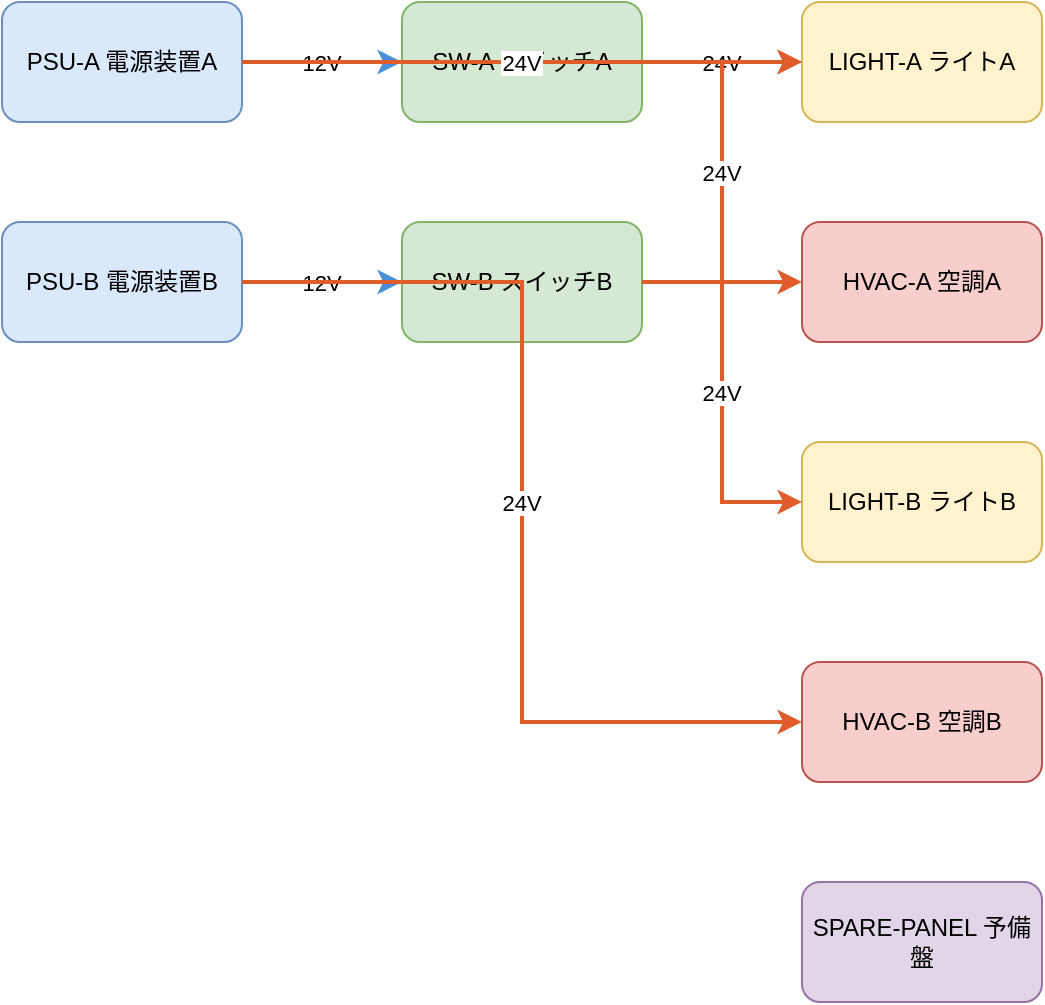
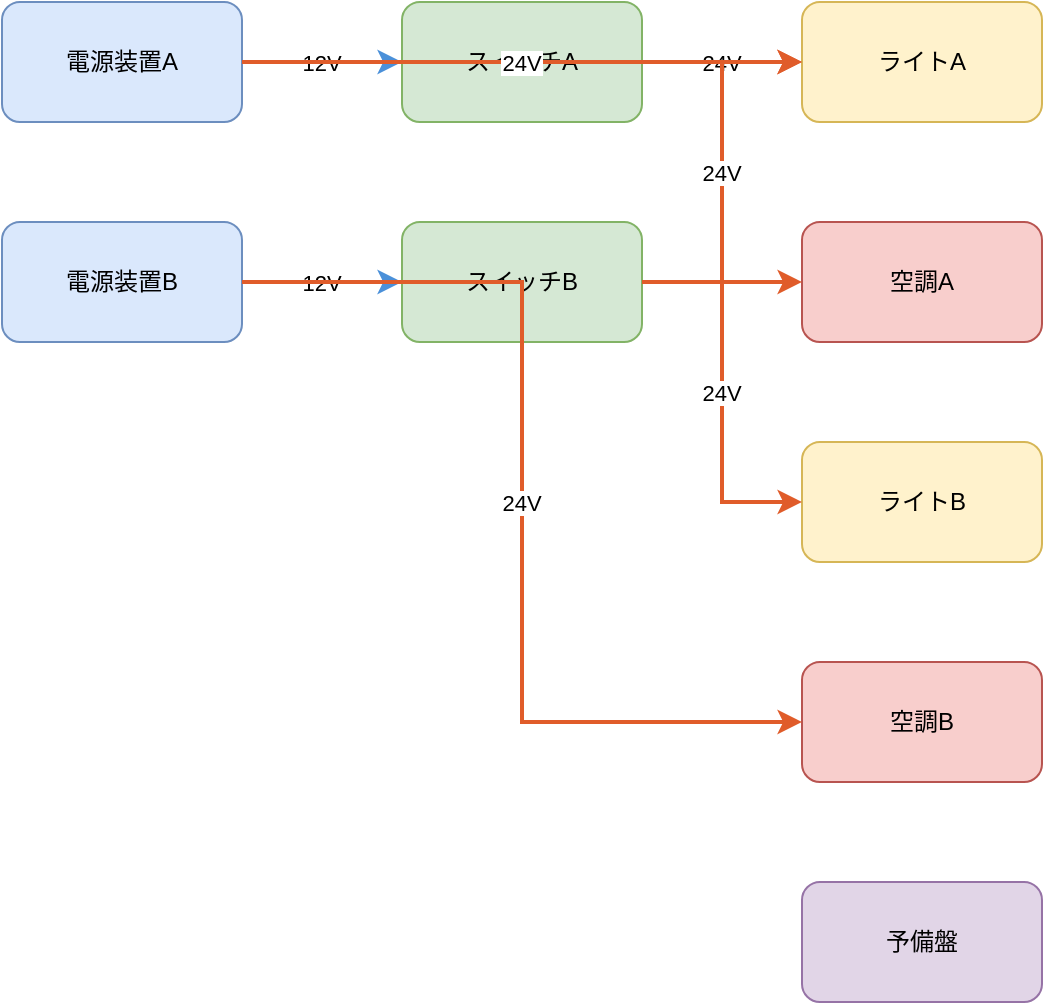
<?xml version="1.0" ?>
<mxGraphModel>
  <root>
    <mxCell id="0"/>
    <mxCell id="1" parent="0"/>
-     <mxCell id="PSU-A" value="PSU-A
- 電源装置A" style="rounded=1;whiteSpace=wrap;html=1;fillColor=#DAE8FC;strokeColor=#6C8EBF;" vertex="1" parent="1" tooltip="type: PowerSupply&amp;#xa;system: A&amp;#xa;voltages: ['12V', '24V']&amp;#xa;capacity: 500W">
-       <mxGeometry x="40" y="40" width="120" height="60" as="geometry"/>
-     </mxCell>
-     <mxCell id="SW-A" value="SW-A
- スイッチA" style="rounded=1;whiteSpace=wrap;html=1;fillColor=#D5E8D4;strokeColor=#82B366;" vertex="1" parent="1" tooltip="type: Switch&amp;#xa;system: A&amp;#xa;voltages: ['12V']&amp;#xa;consumption: 5W">
-       <mxGeometry x="240" y="40" width="120" height="60" as="geometry"/>
-     </mxCell>
-     <mxCell id="LIGHT-A" value="LIGHT-A
- ライトA" style="rounded=1;whiteSpace=wrap;html=1;fillColor=#FFF2CC;strokeColor=#D6B656;" vertex="1" parent="1" tooltip="type: Light&amp;#xa;system: A&amp;#xa;voltages: ['24V']&amp;#xa;consumption: 30W">
-       <mxGeometry x="440" y="40" width="120" height="60" as="geometry"/>
-     </mxCell>
-     <mxCell id="HVAC-A" value="HVAC-A
- 空調A" style="rounded=1;whiteSpace=wrap;html=1;fillColor=#F8CECC;strokeColor=#B85450;" vertex="1" parent="1" tooltip="type: HVAC&amp;#xa;system: A&amp;#xa;voltages: ['24V']&amp;#xa;consumption: 150W">
-       <mxGeometry x="440" y="150" width="120" height="60" as="geometry"/>
-     </mxCell>
-     <mxCell id="PSU-B" value="PSU-B
- 電源装置B" style="rounded=1;whiteSpace=wrap;html=1;fillColor=#DAE8FC;strokeColor=#6C8EBF;" vertex="1" parent="1" tooltip="type: PowerSupply&amp;#xa;system: B&amp;#xa;voltages: ['12V', '24V']&amp;#xa;capacity: 500W">
-       <mxGeometry x="40" y="150" width="120" height="60" as="geometry"/>
-     </mxCell>
-     <mxCell id="SW-B" value="SW-B
- スイッチB" style="rounded=1;whiteSpace=wrap;html=1;fillColor=#D5E8D4;strokeColor=#82B366;" vertex="1" parent="1" tooltip="type: Switch&amp;#xa;system: B&amp;#xa;voltages: ['12V']&amp;#xa;consumption: 5W">
-       <mxGeometry x="240" y="150" width="120" height="60" as="geometry"/>
-     </mxCell>
-     <mxCell id="LIGHT-B" value="LIGHT-B
- ライトB" style="rounded=1;whiteSpace=wrap;html=1;fillColor=#FFF2CC;strokeColor=#D6B656;" vertex="1" parent="1" tooltip="type: Light&amp;#xa;system: B&amp;#xa;voltages: ['24V']&amp;#xa;consumption: 30W">
-       <mxGeometry x="440" y="260" width="120" height="60" as="geometry"/>
-     </mxCell>
-     <mxCell id="HVAC-B" value="HVAC-B
- 空調B" style="rounded=1;whiteSpace=wrap;html=1;fillColor=#F8CECC;strokeColor=#B85450;" vertex="1" parent="1" tooltip="type: HVAC&amp;#xa;system: B&amp;#xa;voltages: ['24V']&amp;#xa;consumption: 150W">
-       <mxGeometry x="440" y="370" width="120" height="60" as="geometry"/>
-     </mxCell>
-     <mxCell id="SPARE-PANEL" value="SPARE-PANEL
- 予備盤" style="rounded=1;whiteSpace=wrap;html=1;fillColor=#E1D5E7;strokeColor=#9673A6;" vertex="1" parent="1" tooltip="type: Panel&amp;#xa;system: spare&amp;#xa;note: relations に未登場">
-       <mxGeometry x="440" y="480" width="120" height="60" as="geometry"/>
-     </mxCell>
+     <object id="PSU-A" label="電源装置A" name="電源装置A" type="PowerSupply" system="A" voltages="[&quot;12V&quot;, &quot;24V&quot;]" capacity="500W">
+       <mxCell style="rounded=1;whiteSpace=wrap;html=1;fillColor=#DAE8FC;strokeColor=#6C8EBF;" vertex="1" parent="1">
+         <mxGeometry x="40" y="40" width="120" height="60" as="geometry"/>
+       </mxCell>
+     </object>
+     <object id="SW-A" label="スイッチA" name="スイッチA" type="Switch" system="A" voltages="[&quot;12V&quot;]" consumption="5W">
+       <mxCell style="rounded=1;whiteSpace=wrap;html=1;fillColor=#D5E8D4;strokeColor=#82B366;" vertex="1" parent="1">
+         <mxGeometry x="240" y="40" width="120" height="60" as="geometry"/>
+       </mxCell>
+     </object>
+     <object id="LIGHT-A" label="ライトA" name="ライトA" type="Light" system="A" voltages="[&quot;24V&quot;]" consumption="30W">
+       <mxCell style="rounded=1;whiteSpace=wrap;html=1;fillColor=#FFF2CC;strokeColor=#D6B656;" vertex="1" parent="1">
+         <mxGeometry x="440" y="40" width="120" height="60" as="geometry"/>
+       </mxCell>
+     </object>
+     <object id="HVAC-A" label="空調A" name="空調A" type="HVAC" system="A" voltages="[&quot;24V&quot;]" consumption="150W">
+       <mxCell style="rounded=1;whiteSpace=wrap;html=1;fillColor=#F8CECC;strokeColor=#B85450;" vertex="1" parent="1">
+         <mxGeometry x="440" y="150" width="120" height="60" as="geometry"/>
+       </mxCell>
+     </object>
+     <object id="PSU-B" label="電源装置B" name="電源装置B" type="PowerSupply" system="B" voltages="[&quot;12V&quot;, &quot;24V&quot;]" capacity="500W">
+       <mxCell style="rounded=1;whiteSpace=wrap;html=1;fillColor=#DAE8FC;strokeColor=#6C8EBF;" vertex="1" parent="1">
+         <mxGeometry x="40" y="150" width="120" height="60" as="geometry"/>
+       </mxCell>
+     </object>
+     <object id="SW-B" label="スイッチB" name="スイッチB" type="Switch" system="B" voltages="[&quot;12V&quot;]" consumption="5W">
+       <mxCell style="rounded=1;whiteSpace=wrap;html=1;fillColor=#D5E8D4;strokeColor=#82B366;" vertex="1" parent="1">
+         <mxGeometry x="240" y="150" width="120" height="60" as="geometry"/>
+       </mxCell>
+     </object>
+     <object id="LIGHT-B" label="ライトB" name="ライトB" type="Light" system="B" voltages="[&quot;24V&quot;]" consumption="30W">
+       <mxCell style="rounded=1;whiteSpace=wrap;html=1;fillColor=#FFF2CC;strokeColor=#D6B656;" vertex="1" parent="1">
+         <mxGeometry x="440" y="260" width="120" height="60" as="geometry"/>
+       </mxCell>
+     </object>
+     <object id="HVAC-B" label="空調B" name="空調B" type="HVAC" system="B" voltages="[&quot;24V&quot;]" consumption="150W">
+       <mxCell style="rounded=1;whiteSpace=wrap;html=1;fillColor=#F8CECC;strokeColor=#B85450;" vertex="1" parent="1">
+         <mxGeometry x="440" y="370" width="120" height="60" as="geometry"/>
+       </mxCell>
+     </object>
+     <object id="SPARE-PANEL" label="予備盤" name="予備盤" type="Panel" system="spare" note="relations に未登場">
+       <mxCell style="rounded=1;whiteSpace=wrap;html=1;fillColor=#E1D5E7;strokeColor=#9673A6;" vertex="1" parent="1">
+         <mxGeometry x="440" y="480" width="120" height="60" as="geometry"/>
+       </mxCell>
+     </object>
    <mxCell id="edge-0" value="12V" style="edgeStyle=orthogonalEdgeStyle;rounded=0;strokeColor=#4A90D9;strokeWidth=2;exitX=1;exitY=0.5;exitDx=0;exitDy=0;entryX=0;entryY=0.5;entryDx=0;entryDy=0;" edge="1" source="PSU-A" target="SW-A" parent="1">
      <mxGeometry relative="1" as="geometry"/>
    </mxCell>
    <mxCell id="edge-1" value="24V" style="edgeStyle=orthogonalEdgeStyle;rounded=0;strokeColor=#E05C2A;strokeWidth=2;exitX=1;exitY=0.5;exitDx=0;exitDy=0;entryX=0;entryY=0.5;entryDx=0;entryDy=0;" edge="1" source="SW-A" target="LIGHT-A" parent="1">
      <mxGeometry relative="1" as="geometry"/>
    </mxCell>
    <mxCell id="edge-2" value="24V" style="edgeStyle=orthogonalEdgeStyle;rounded=0;strokeColor=#E05C2A;strokeWidth=2;exitX=1;exitY=0.5;exitDx=0;exitDy=0;entryX=0;entryY=0.5;entryDx=0;entryDy=0;" edge="1" source="SW-A" target="HVAC-A" parent="1">
      <mxGeometry relative="1" as="geometry"/>
    </mxCell>
    <mxCell id="edge-3" value="24V" style="edgeStyle=orthogonalEdgeStyle;rounded=0;strokeColor=#E05C2A;strokeWidth=2;exitX=1;exitY=0.5;exitDx=0;exitDy=0;entryX=0;entryY=0.5;entryDx=0;entryDy=0;" edge="1" source="PSU-A" target="LIGHT-A" parent="1">
      <mxGeometry relative="1" as="geometry"/>
    </mxCell>
    <mxCell id="edge-4" value="12V" style="edgeStyle=orthogonalEdgeStyle;rounded=0;strokeColor=#4A90D9;strokeWidth=2;exitX=1;exitY=0.5;exitDx=0;exitDy=0;entryX=0;entryY=0.5;entryDx=0;entryDy=0;" edge="1" source="PSU-B" target="SW-B" parent="1">
      <mxGeometry relative="1" as="geometry"/>
    </mxCell>
    <mxCell id="edge-5" value="24V" style="edgeStyle=orthogonalEdgeStyle;rounded=0;strokeColor=#E05C2A;strokeWidth=2;exitX=1;exitY=0.5;exitDx=0;exitDy=0;entryX=0;entryY=0.5;entryDx=0;entryDy=0;" edge="1" source="SW-B" target="LIGHT-B" parent="1">
      <mxGeometry relative="1" as="geometry"/>
    </mxCell>
    <mxCell id="edge-6" value="24V" style="edgeStyle=orthogonalEdgeStyle;rounded=0;strokeColor=#E05C2A;strokeWidth=2;exitX=1;exitY=0.5;exitDx=0;exitDy=0;entryX=0;entryY=0.5;entryDx=0;entryDy=0;" edge="1" source="PSU-B" target="HVAC-B" parent="1">
      <mxGeometry relative="1" as="geometry"/>
    </mxCell>
  </root>
</mxGraphModel>
